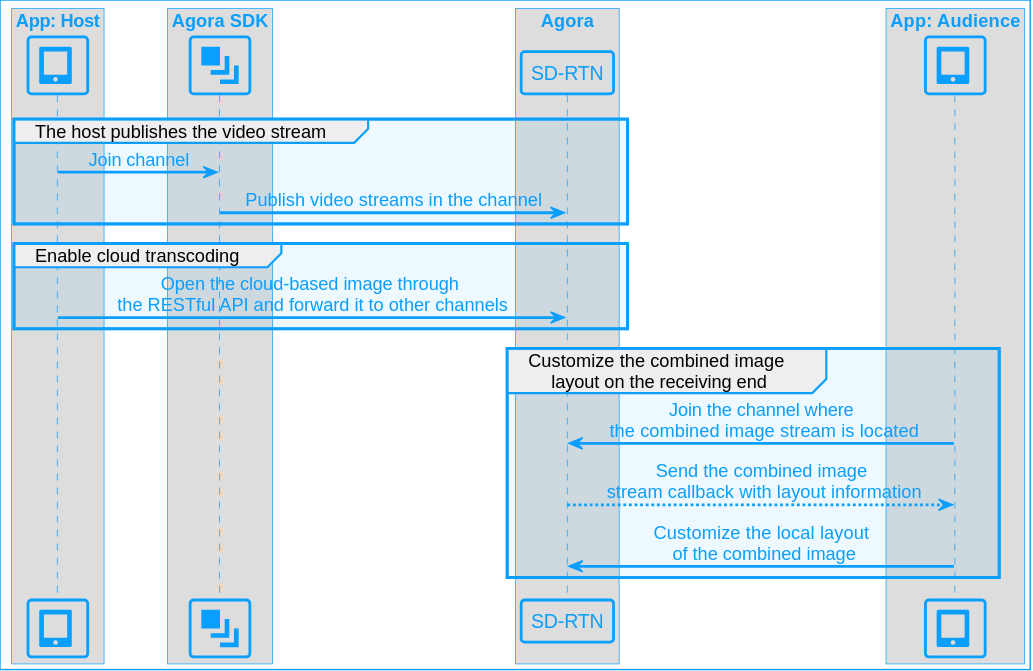
This is assets/images/video-sdk/multihost-workflow.svg from AgoraIO/Docs-Source, a PlantUML export, as it was before one commit.
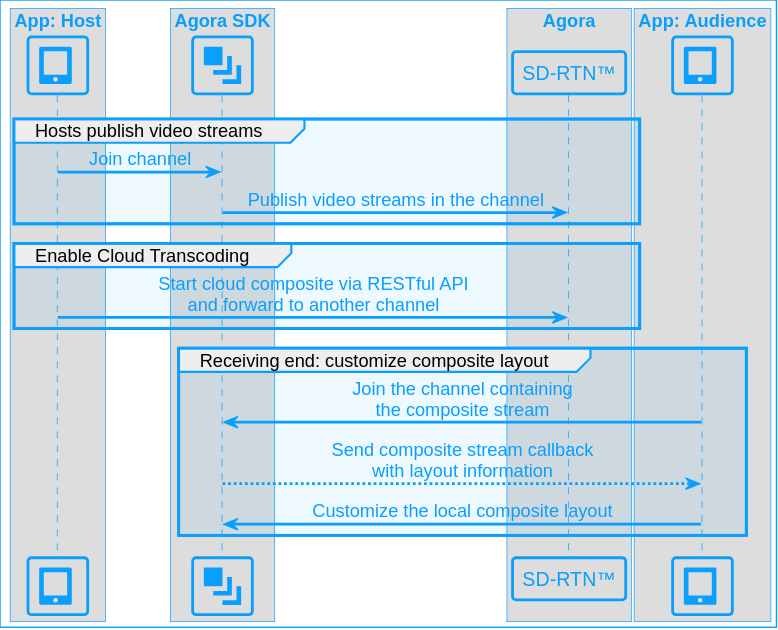
The same file after the commit.

The edit, as a diff of the source:
```diff
@@ -10,25 +10,25 @@
 end box
 
 box "Agora"
-participant "SD-RTN" as API
+participant "SD-RTN™" as API
 end box
 
 box "App: Audience"
 participant "<size:40><&tablet>" as AUD
 end box
 
-group The host publishes the video stream
+group Hosts publish video streams
 HOST -> SDK: Join channel
 SDK -> API: Publish video streams in the channel
 end
 
-group Enable cloud transcoding
-HOST -> API: Open the cloud-based image through \nthe RESTful API and forward it to other channels
+group Enable Cloud Transcoding
+HOST -> API: Start cloud composite via RESTful API\nand forward to another channel
 end
 
-group Customize the combined image\n layout on the receiving end
-AUD -> API: Join the channel where\n the combined image stream is located
-API --> AUD: Send the combined image\n stream callback with layout information
-AUD -> API: Customize the local layout\n of the combined image
+group Receiving end: customize composite layout
+AUD -> SDK: Join the channel containing\nthe composite stream
+SDK --> AUD: Send composite stream callback\nwith layout information
+AUD -> SDK: Customize the local composite layout
 end
 @enduml
```
